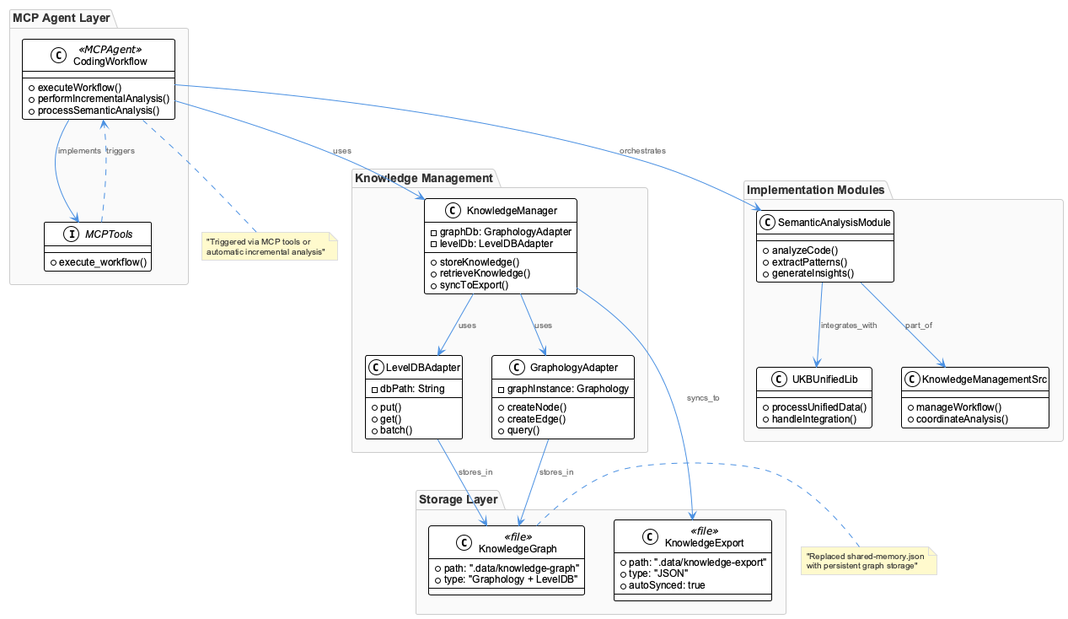
Above: knowledge-management/insights/images/coding-workflow-class.png in fwornle/coding (PlantUML), before the change.
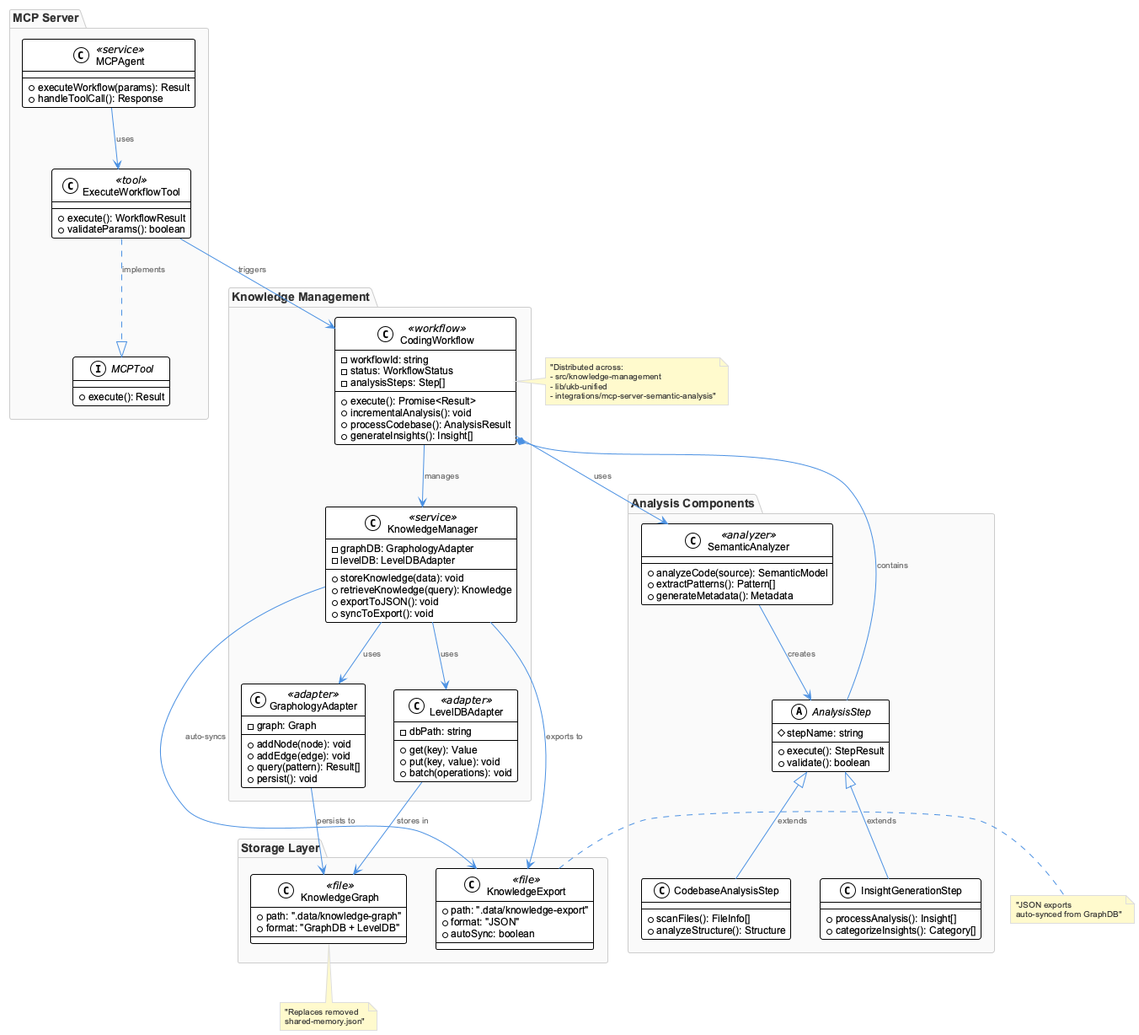
Above is the later version.

What changed in the source:
```diff
@@ -1,91 +1,120 @@
 @startuml
 !include /Users/q284340/Agentic/coding/docs/puml/_standard-style.puml
 
-package "MCP Agent Layer" {
-    class CodingWorkflow <<MCPAgent>> {
-        +executeWorkflow()
-        +performIncrementalAnalysis()
-        +processSemanticAnalysis()
-    }
+package "MCP Server" {
+  class MCPAgent <<service>> {
+    +executeWorkflow(params): Result
+    +handleToolCall(): Response
+  }
 
-    interface MCPTools {
-        +execute_workflow()
-    }
+  interface MCPTool {
+    +execute(): Result
+  }
+
+  class ExecuteWorkflowTool <<tool>> {
+    +execute(): WorkflowResult
+    +validateParams(): boolean
+  }
 }
 
 package "Knowledge Management" {
-    class KnowledgeManager {
-        -graphDb: GraphologyAdapter
-        -levelDb: LevelDBAdapter
-        +storeKnowledge()
-        +retrieveKnowledge()
-        +syncToExport()
-    }
+  class CodingWorkflow <<workflow>> {
+    -workflowId: string
+    -status: WorkflowStatus
+    -analysisSteps: Step[]
+    +execute(): Promise<Result>
+    +incrementalAnalysis(): void
+    +processCodebase(): AnalysisResult
+    +generateInsights(): Insight[]
+  }
 
-    class GraphologyAdapter {
-        -graphInstance: Graphology
-        +createNode()
-        +createEdge()
-        +query()
-    }
+  class KnowledgeManager <<service>> {
+    -graphDB: GraphologyAdapter
+    -levelDB: LevelDBAdapter
+    +storeKnowledge(data): void
+    +retrieveKnowledge(query): Knowledge
+    +exportToJSON(): void
+    +syncToExport(): void
+  }
 
-    class LevelDBAdapter {
-        -dbPath: String
-        +put()
-        +get()
-        +batch()
-    }
+  class GraphologyAdapter <<adapter>> {
+    -graph: Graph
+    +addNode(node): void
+    +addEdge(edge): void
+    +query(pattern): Result[]
+    +persist(): void
+  }
+
+  class LevelDBAdapter <<adapter>> {
+    -dbPath: string
+    +get(key): Value
+    +put(key, value): void
+    +batch(operations): void
+  }
 }
 
 package "Storage Layer" {
-    class KnowledgeGraph <<file>> {
-        +path: ".data/knowledge-graph"
-        +type: "Graphology + LevelDB"
-    }
+  class KnowledgeGraph <<file>> {
+    +path: ".data/knowledge-graph"
+    +format: "GraphDB + LevelDB"
+  }
 
-    class KnowledgeExport <<file>> {
-        +path: ".data/knowledge-export"
-        +type: "JSON"
-        +autoSynced: true
-    }
+  class KnowledgeExport <<file>> {
+    +path: ".data/knowledge-export"
+    +format: "JSON"
+    +autoSync: boolean
+  }
 }
 
-package "Implementation Modules" {
-    class SemanticAnalysisModule {
-        +analyzeCode()
-        +extractPatterns()
-        +generateInsights()
-    }
+package "Analysis Components" {
+  class SemanticAnalyzer <<analyzer>> {
+    +analyzeCode(source): SemanticModel
+    +extractPatterns(): Pattern[]
+    +generateMetadata(): Metadata
+  }
 
-    class UKBUnifiedLib {
-        +processUnifiedData()
-        +handleIntegration()
-    }
+  abstract class AnalysisStep {
+    #stepName: string
+    +execute(): StepResult
+    +validate(): boolean
+  }
 
-    class KnowledgeManagementSrc {
-        +manageWorkflow()
-        +coordinateAnalysis()
-    }
+  class CodebaseAnalysisStep {
+    +scanFiles(): FileInfo[]
+    +analyzeStructure(): Structure
+  }
+
+  class InsightGenerationStep {
+    +processAnalysis(): Insight[]
+    +categorizeInsights(): Category[]
+  }
 }
 
-CodingWorkflow --> MCPTools : implements
-CodingWorkflow --> KnowledgeManager : uses
-CodingWorkflow --> SemanticAnalysisModule : orchestrates
+MCPAgent --> ExecuteWorkflowTool : uses
+ExecuteWorkflowTool ..|> MCPTool : implements
+ExecuteWorkflowTool --> CodingWorkflow : triggers
+
+CodingWorkflow --> KnowledgeManager : manages
+CodingWorkflow --> SemanticAnalyzer : uses
+CodingWorkflow *-- AnalysisStep : contains
 
 KnowledgeManager --> GraphologyAdapter : uses
 KnowledgeManager --> LevelDBAdapter : uses
-KnowledgeManager --> KnowledgeExport : syncs_to
+KnowledgeManager --> KnowledgeExport : exports to
 
-GraphologyAdapter --> KnowledgeGraph : stores_in
-LevelDBAdapter --> KnowledgeGraph : stores_in
+GraphologyAdapter --> KnowledgeGraph : persists to
+LevelDBAdapter --> KnowledgeGraph : stores in
+KnowledgeManager --> KnowledgeExport : auto-syncs
 
-SemanticAnalysisModule --> UKBUnifiedLib : integrates_with
-SemanticAnalysisModule --> KnowledgeManagementSrc : part_of
+AnalysisStep <|-- CodebaseAnalysisStep : extends
+AnalysisStep <|-- InsightGenerationStep : extends
 
-MCPTools ..> CodingWorkflow : triggers
+SemanticAnalyzer --> AnalysisStep : creates
 
-note right of KnowledgeGraph : "Replaced shared-memory.json\nwith persistent graph storage"
+note right of CodingWorkflow : "Distributed across:\n- src/knowledge-management\n- lib/ukb-unified\n- integrations/mcp-server-semantic-analysis"
 
-note bottom of CodingWorkflow : "Triggered via MCP tools or\nautomatic incremental analysis"
+note bottom of KnowledgeGraph : "Replaces removed\nshared-memory.json"
+
+note right of KnowledgeExport : "JSON exports\nauto-synced from GraphDB"
 
 @enduml
```
